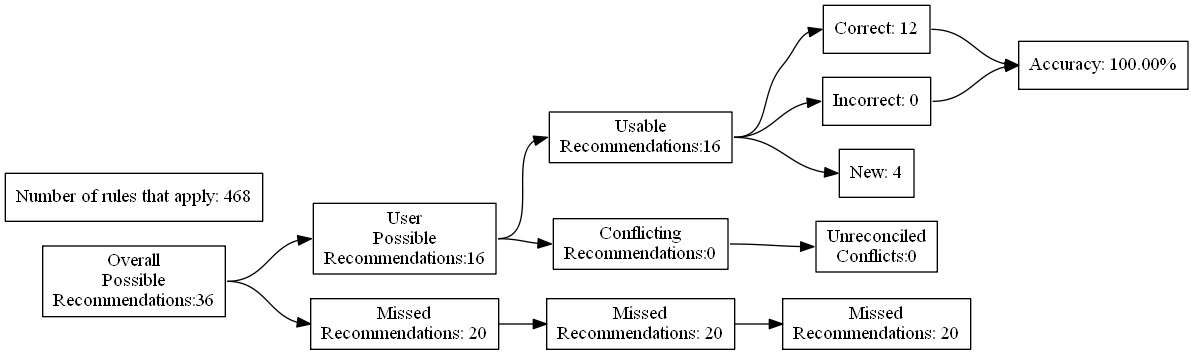
The Graphviz diagram test_renders/61.gv.png in ZaxR/ibd_diet_analysis, before a commit. Its source is kept beside it as test_renders/61.gv. Source of this version:
```dot
digraph {
	graph [rankdir=LR]
	node [pos=r shape=box]
	edge [headport=w tailport=e]
		A [label="Overall
Possible
Recommendations:36"]
		B [label="User
Possible
Recommendations:16"]
		C [label="Missed
Recommendations: 20"]
		D [label="Usable
Recommendations:16"]
		E [label="Conflicting
Recommendations:0"]
		J [label="Missed
Recommendations: 20"]
		M [label="Unreconciled
Conflicts:0"]
		F [label="Correct: 12"]
		G [label="Incorrect: 0"]
		H [label="New: 4"]
		K [label="Missed
Recommendations: 20"]
		I [label="Accuracy: 100.00%"]
		l [label="Number of rules that apply: 468"]
			A -> B
			A -> C
			B -> D
			B -> E
			D -> F
			D -> G
			D -> H
			F -> I
			G -> I
			C -> J
			J -> K
			E -> M
}
```
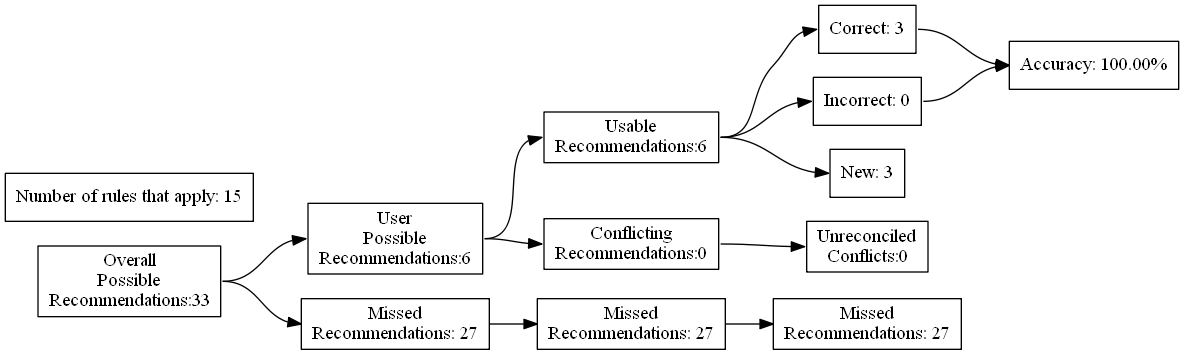
After the commit.

What changed in the source:
```diff
@@ -4,27 +4,27 @@
 	edge [headport=w tailport=e]
 		A [label="Overall
 Possible
-Recommendations:36"]
+Recommendations:33"]
 		B [label="User
 Possible
-Recommendations:16"]
+Recommendations:6"]
 		C [label="Missed
-Recommendations: 20"]
+Recommendations: 27"]
 		D [label="Usable
-Recommendations:16"]
+Recommendations:6"]
 		E [label="Conflicting
 Recommendations:0"]
 		J [label="Missed
-Recommendations: 20"]
+Recommendations: 27"]
 		M [label="Unreconciled
 Conflicts:0"]
-		F [label="Correct: 12"]
+		F [label="Correct: 3"]
 		G [label="Incorrect: 0"]
-		H [label="New: 4"]
+		H [label="New: 3"]
 		K [label="Missed
-Recommendations: 20"]
+Recommendations: 27"]
 		I [label="Accuracy: 100.00%"]
-		l [label="Number of rules that apply: 468"]
+		l [label="Number of rules that apply: 15"]
 			A -> B
 			A -> C
 			B -> D
```
